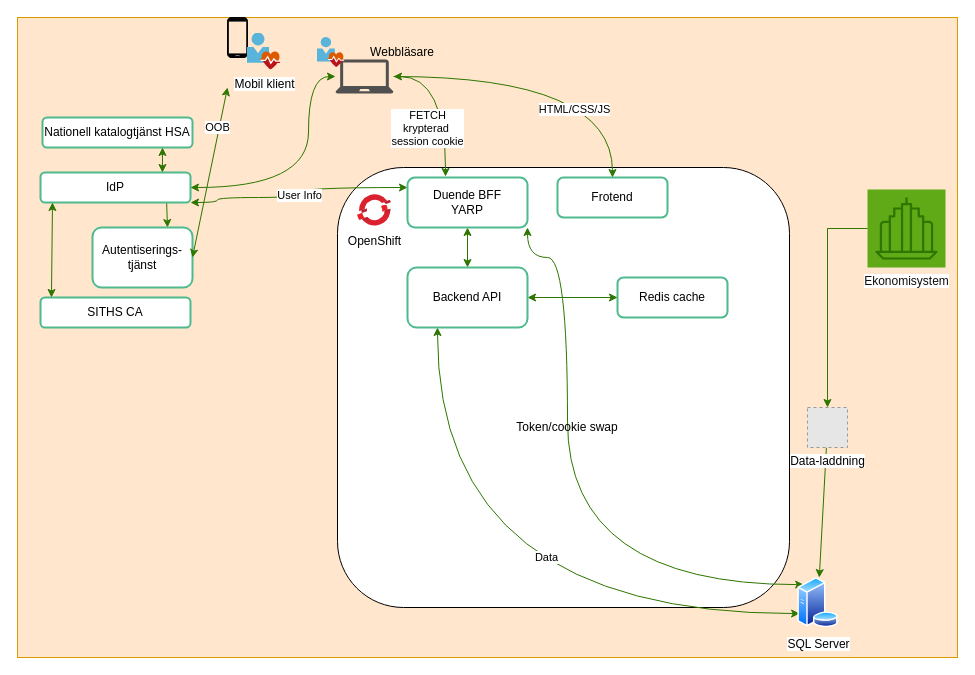
The draw.io diagram anslutning_bill_idp.drawio in arizon-dread/drawio, before the edit. Source tidied: cells renumbered, new cells numbered last; positions are measured from the earlier drawing's top-left corner, leaving out a move shared by most shapes. Both pictures are drawn from the tidied source at 100%, with x=0, y=0 at pixel (17, 17). Pictures stored in the file or linked from it are replaced by grey dashed boxes.
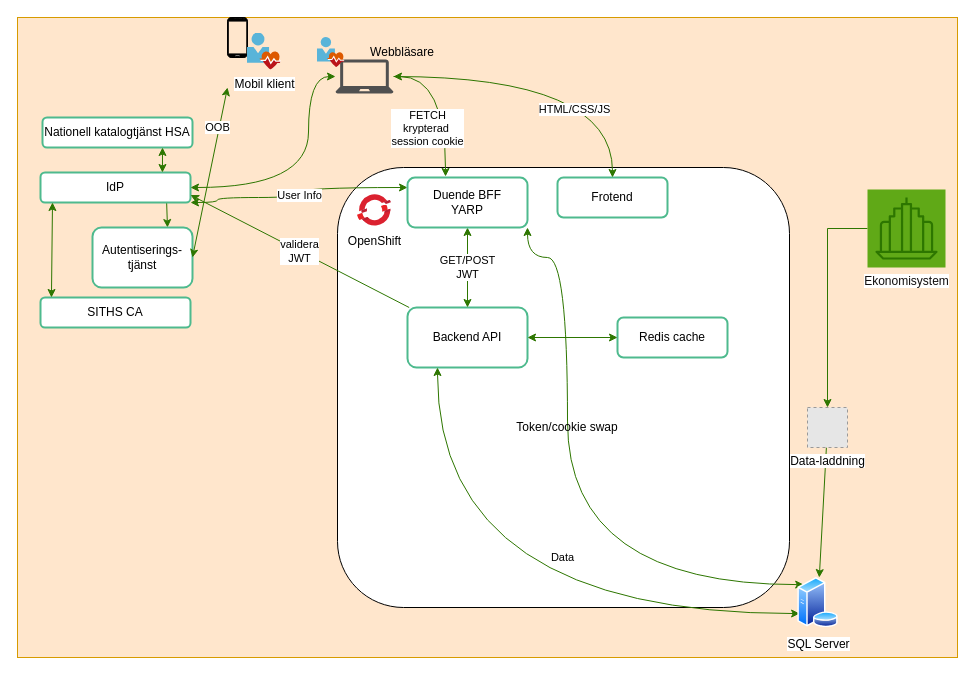
The same page after the edit.

The change refers to these unchanged cells:
```xml
<mxCell id="3" style="group;" parent="1" vertex="1">
  <mxGeometry x="320" y="150" width="452" height="440" as="geometry" />
</mxCell>
<mxCell id="10" value="IdP" style="rounded=1;whiteSpace=wrap;html=1;strokeColor=light-dark(#4EBA8E,#EDEDED);strokeWidth=2;" parent="1" vertex="1">
  <mxGeometry x="23" y="155" width="150" height="30" as="geometry" />
</mxCell>
<mxCell id="18" value="Duende BFF&lt;div&gt;YARP&lt;/div&gt;" style="rounded=1;whiteSpace=wrap;html=1;strokeColor=light-dark(#4EBA8E,#EDEDED);strokeWidth=2;" parent="1" vertex="1">
  <mxGeometry x="390" y="160" width="120" height="50" as="geometry" />
</mxCell>
```

What changed in the source:
```diff
@@
     <mxCell id="7" value="Redis cache" style="rounded=1;whiteSpace=wrap;html=1;strokeColor=light-dark(#4EBA8E,#EDEDED);strokeWidth=2;" parent="3" vertex="1">
-      <mxGeometry x="280" y="110" width="110" height="40" as="geometry" />
+      <mxGeometry x="280" y="150" width="110" height="40" as="geometry" />
     </mxCell>
+    <mxCell id="14" value="Backend API" style="rounded=1;whiteSpace=wrap;html=1;strokeColor=light-dark(#4EBA8E,#EDEDED);strokeWidth=2;" parent="3" vertex="1">
+      <mxGeometry x="70" y="140" width="120" height="60" as="geometry" />
+    </mxCell>
+    <mxCell id="13" style="edgeStyle=orthogonalEdgeStyle;rounded=0;jettySize=auto;html=1;fillColor=#60a917;strokeColor=#2D7600;startArrow=classic;startFill=1;" parent="3" edge="1" source="14" target="7">
+      <mxGeometry relative="1" as="geometry" />
+    </mxCell>
@@
-    <mxCell id="11" style="edgeStyle=orthogonalEdgeStyle;rounded=0;jettySize=auto;html=1;entryX=0.5;entryY=1;entryDx=0;entryDy=0;startArrow=classic;startFill=1;fillColor=#60a917;strokeColor=#2D7600;" parent="1" edge="1" source="14" target="18">
+    <mxCell id="11" value="GET/POST&lt;div&gt;JWT&lt;/div&gt;" style="edgeStyle=orthogonalEdgeStyle;rounded=0;jettySize=auto;html=1;entryX=0.5;entryY=1;entryDx=0;entryDy=0;startArrow=classic;startFill=1;fillColor=#60a917;strokeColor=#2D7600;" parent="1" edge="1" source="14" target="18">
       <mxGeometry relative="1" as="geometry" />
     </mxCell>
@@
-    <mxCell id="13" style="edgeStyle=orthogonalEdgeStyle;rounded=0;jettySize=auto;html=1;fillColor=#60a917;strokeColor=#2D7600;startArrow=classic;startFill=1;" parent="1" edge="1" source="14" target="7">
-      <mxGeometry relative="1" as="geometry" />
-    </mxCell>
-    <mxCell id="14" value="Backend API" style="rounded=1;whiteSpace=wrap;html=1;strokeColor=light-dark(#4EBA8E,#EDEDED);strokeWidth=2;" parent="1" vertex="1">
-      <mxGeometry x="390" y="250" width="120" height="60" as="geometry" />
-    </mxCell>
+    <mxCell id="39" value="validera&lt;div&gt;JWT&lt;/div&gt;" style="rounded=0;jettySize=auto;html=1;entryX=1;entryY=0.75;entryDx=0;entryDy=0;strokeColor=light-dark(#2d7600, #ededed);" parent="1" edge="1" source="14" target="10">
+      <mxGeometry relative="1" as="geometry" />
+    </mxCell>
```
